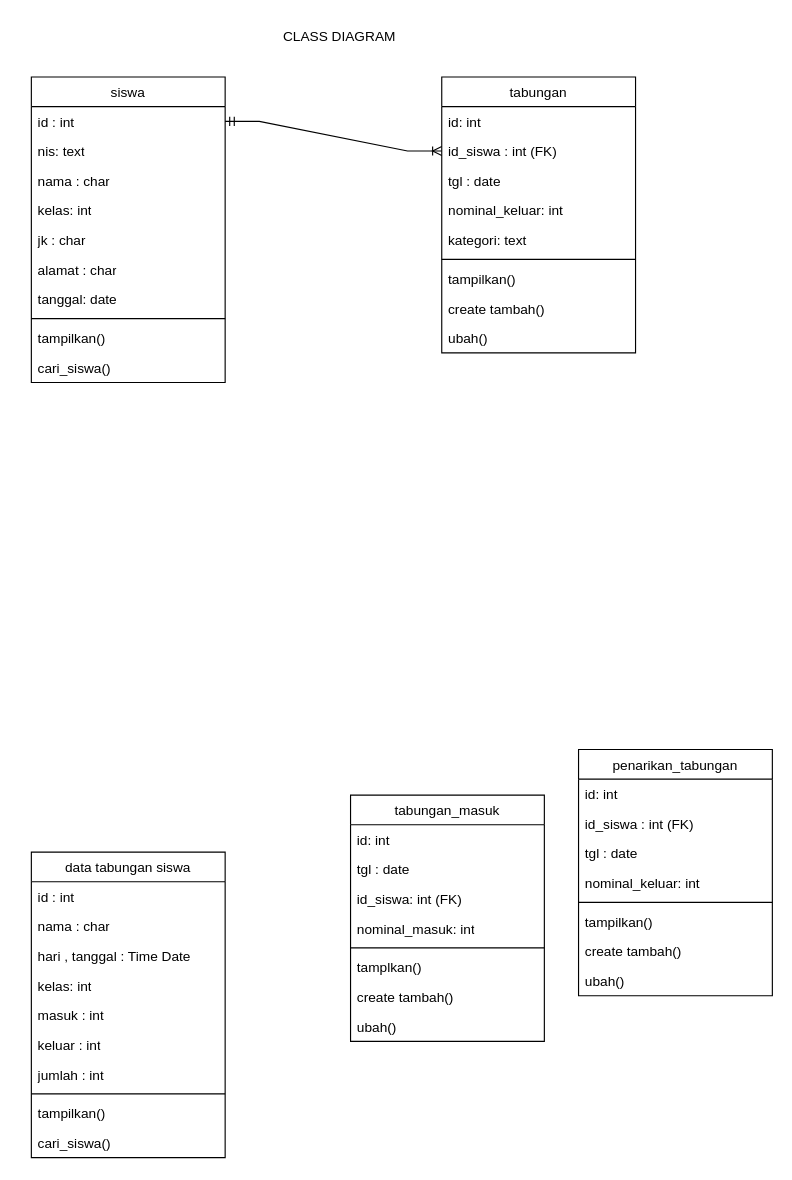
This is class-diagram.drawio from titapuspitas/Tefa-Tabungan, a draw.io file, before an edit. Source tidied: cells renumbered, new cells numbered last; positions are measured from the earlier drawing's top-left corner, leaving out a move shared by most shapes. Both pictures are drawn from the tidied source at 114%, with x=0, y=0 at pixel (31, 19).
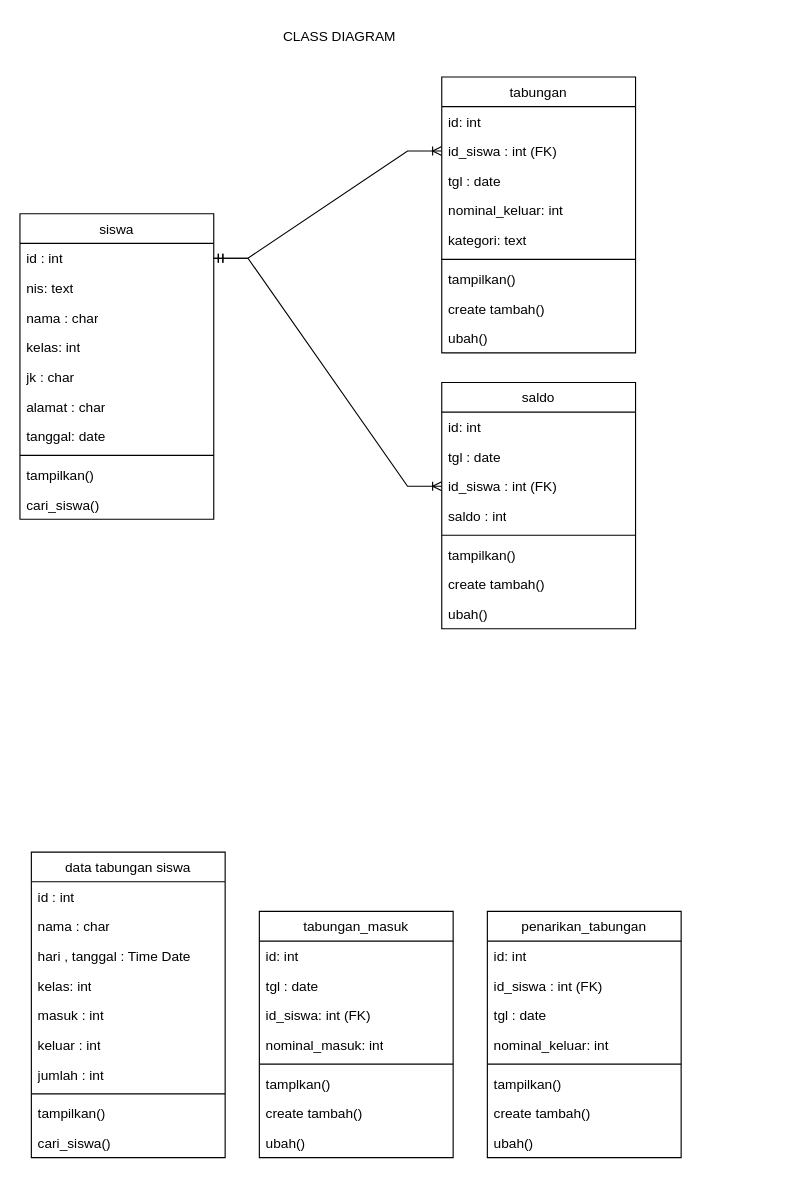
Above is the later version.

Unchanged cells that the change refers to:
```xml
<mxCell id="12" value="id : int" style="text;strokeColor=none;fillColor=none;align=left;verticalAlign=top;spacingLeft=4;spacingRight=4;overflow=hidden;points=[[0,0.5],[1,0.5]];portConstraint=eastwest;whiteSpace=wrap;html=1;" parent="11" vertex="1">
  <mxGeometry y="26" width="170" height="26" as="geometry" />
</mxCell>
```

What changed in the source:
```diff
@@
     <mxCell id="2" value="&lt;span style=&quot;font-weight: 400;&quot;&gt;penarikan_tabungan&lt;/span&gt;" style="swimlane;fontStyle=1;align=center;verticalAlign=top;horizontal=1;startSize=26;whiteSpace=wrap;html=1;" parent="1" vertex="1">
-      <mxGeometry x="480" y="640" width="170" height="216" as="geometry" />
+      <mxGeometry x="400" y="782" width="170" height="216" as="geometry" />
     </mxCell>
@@
     <mxCell id="11" value="&lt;span style=&quot;font-weight: 400;&quot;&gt;siswa&lt;/span&gt;" style="swimlane;fontStyle=1;align=center;verticalAlign=top;horizontal=1;startSize=26;whiteSpace=wrap;html=1;" parent="1" vertex="1">
-      <mxGeometry y="50" width="170" height="268" as="geometry" />
+      <mxGeometry x="-10" y="170" width="170" height="268" as="geometry" />
     </mxCell>
@@
     <mxCell id="22" value="&lt;span style=&quot;font-weight: 400;&quot;&gt;tabungan_masuk&lt;/span&gt;" style="swimlane;fontStyle=1;align=center;verticalAlign=top;horizontal=1;startSize=26;whiteSpace=wrap;html=1;" parent="1" vertex="1">
-      <mxGeometry x="280" y="680" width="170" height="216" as="geometry" />
+      <mxGeometry x="200" y="782" width="170" height="216" as="geometry" />
     </mxCell>
@@
+    <mxCell id="54" value="&lt;span style=&quot;font-weight: 400;&quot;&gt;saldo&lt;/span&gt;" style="swimlane;fontStyle=1;align=center;verticalAlign=top;horizontal=1;startSize=26;whiteSpace=wrap;html=1;" parent="1" vertex="1">
+      <mxGeometry x="360" y="318" width="170" height="216" as="geometry" />
+    </mxCell>
+    <mxCell id="55" value="id: int" style="text;strokeColor=none;fillColor=none;align=left;verticalAlign=top;spacingLeft=4;spacingRight=4;overflow=hidden;whiteSpace=wrap;html=1;" parent="54" vertex="1">
+      <mxGeometry y="26" width="170" height="26" as="geometry" />
+    </mxCell>
+    <mxCell id="56" value="tgl : date" style="text;strokeColor=none;fillColor=none;align=left;verticalAlign=top;spacingLeft=4;spacingRight=4;overflow=hidden;whiteSpace=wrap;html=1;" parent="54" vertex="1">
+      <mxGeometry y="52" width="170" height="26" as="geometry" />
+    </mxCell>
+    <mxCell id="57" value="id_siswa : int (FK)" style="text;strokeColor=none;fillColor=none;align=left;verticalAlign=top;spacingLeft=4;spacingRight=4;overflow=hidden;points=[[0,0.5],[1,0.5]];portConstraint=eastwest;whiteSpace=wrap;html=1;" parent="54" vertex="1">
+      <mxGeometry y="78" width="170" height="26" as="geometry" />
+    </mxCell>
+    <mxCell id="58" value="saldo : int" style="text;strokeColor=none;fillColor=none;align=left;verticalAlign=top;spacingLeft=4;spacingRight=4;overflow=hidden;whiteSpace=wrap;html=1;" parent="54" vertex="1">
+      <mxGeometry y="104" width="170" height="26" as="geometry" />
+    </mxCell>
+    <mxCell id="59" style="line;strokeWidth=1;fillColor=none;align=left;verticalAlign=middle;spacingTop=-1;spacingLeft=3;spacingRight=3;labelPosition=right;strokeColor=inherit;" parent="54" vertex="1">
+      <mxGeometry y="130" width="170" height="8" as="geometry" />
+    </mxCell>
+    <mxCell id="60" value="tampilkan()" style="text;strokeColor=none;fillColor=none;align=left;verticalAlign=top;spacingLeft=4;spacingRight=4;overflow=hidden;whiteSpace=wrap;html=1;" parent="54" vertex="1">
+      <mxGeometry y="138" width="170" height="26" as="geometry" />
+    </mxCell>
+    <mxCell id="61" value="create tambah()" style="text;strokeColor=none;fillColor=none;align=left;verticalAlign=top;spacingLeft=4;spacingRight=4;overflow=hidden;whiteSpace=wrap;html=1;" parent="54" vertex="1">
+      <mxGeometry y="164" width="170" height="26" as="geometry" />
+    </mxCell>
+    <mxCell id="62" value="ubah()" style="text;strokeColor=none;fillColor=none;align=left;verticalAlign=top;spacingLeft=4;spacingRight=4;overflow=hidden;whiteSpace=wrap;html=1;" parent="54" vertex="1">
+      <mxGeometry y="190" width="170" height="26" as="geometry" />
+    </mxCell>
+    <mxCell id="63" style="edgeStyle=entityRelationEdgeStyle;fontSize=12;html=1;endArrow=ERoneToMany;startArrow=ERmandOne;rounded=0;exitX=1;exitY=0.5;exitDx=0;exitDy=0;entryX=0;entryY=0.5;entryDx=0;entryDy=0;" parent="1" edge="1" source="12" target="57">
+      <mxGeometry relative="1" as="geometry" />
+    </mxCell>
```
